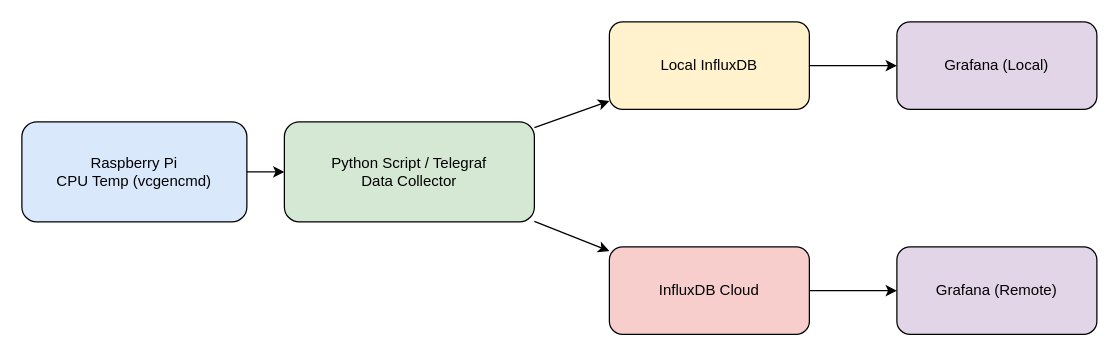
HexaEmbed/03_PradeepSir keeps this draw.io diagram as Architecture.drawio. Above is the earlier version. Source tidied: cells renumbered, new cells numbered last; positions are measured from the earlier drawing's top-left corner, leaving out a move shared by most shapes. Both pictures are drawn from the tidied source at 125%, with x=0, y=0 at pixel (21, 21).
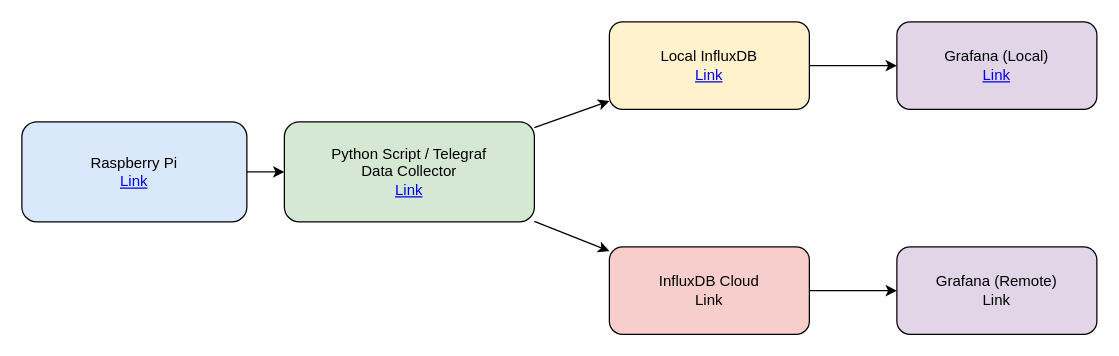
Above is the later version.

What changed in the source:
```diff
@@
 <mxGraphModel>
   <root>
     <mxCell id="0" />
     <mxCell id="1" parent="0" />
-    <mxCell id="2" value="Raspberry Pi&#10;CPU Temp (vcgencmd)" style="rounded=1;whiteSpace=wrap;html=1;fillColor=#dae8fc;" parent="1" vertex="1">
+    <mxCell id="2" value="Raspberry Pi&lt;br&gt;&lt;a href=&quot;https://github.com/HexaEmbed/03_PradeepSir.git&quot;&gt;Link&lt;/a&gt;" style="rounded=1;whiteSpace=wrap;html=1;fillColor=#dae8fc;" parent="1" vertex="1">
       <mxGeometry y="80" width="180" height="80" as="geometry" />
     </mxCell>
-    <mxCell id="3" value="Python Script / Telegraf&#10;Data Collector" style="rounded=1;whiteSpace=wrap;html=1;fillColor=#d5e8d4;" parent="1" vertex="1">
+    <mxCell id="3" value="Python Script / Telegraf&lt;br&gt;Data Collector&lt;div&gt;&lt;a href=&quot;https://github.com/HexaEmbed/03_PradeepSir.git&quot;&gt;Link&lt;/a&gt;&lt;/div&gt;" style="rounded=1;whiteSpace=wrap;html=1;fillColor=#d5e8d4;" parent="1" vertex="1">
       <mxGeometry x="210" y="80" width="200" height="80" as="geometry" />
     </mxCell>
-    <mxCell id="4" value="Local InfluxDB" style="rounded=1;whiteSpace=wrap;html=1;fillColor=#fff2cc;" parent="1" vertex="1">
+    <mxCell id="4" value="Local InfluxDB&lt;div&gt;&lt;a href=&quot;https://github.com/HexaEmbed/03_PradeepSir.git&quot;&gt;Link&lt;/a&gt;&lt;/div&gt;" style="rounded=1;whiteSpace=wrap;html=1;fillColor=#fff2cc;" parent="1" vertex="1">
       <mxGeometry x="470" width="160" height="70" as="geometry" />
     </mxCell>
-    <mxCell id="5" value="InfluxDB Cloud" style="rounded=1;whiteSpace=wrap;html=1;fillColor=#f8cecc;" parent="1" vertex="1">
+    <mxCell id="5" value="InfluxDB Cloud&lt;div&gt;Link&lt;/div&gt;" style="rounded=1;whiteSpace=wrap;html=1;fillColor=#f8cecc;" parent="1" vertex="1">
       <mxGeometry x="470" y="180" width="160" height="70" as="geometry" />
     </mxCell>
-    <mxCell id="6" value="Grafana (Local)" style="rounded=1;whiteSpace=wrap;html=1;fillColor=#e1d5e7;" parent="1" vertex="1">
+    <mxCell id="6" value="Grafana (Local)&lt;div&gt;&lt;a href=&quot;https://github.com/HexaEmbed/03_PradeepSir.git&quot;&gt;Link&lt;/a&gt;&lt;/div&gt;" style="rounded=1;whiteSpace=wrap;html=1;fillColor=#e1d5e7;" parent="1" vertex="1">
       <mxGeometry x="700" width="160" height="70" as="geometry" />
     </mxCell>
-    <mxCell id="7" value="Grafana (Remote)" style="rounded=1;whiteSpace=wrap;html=1;fillColor=#e1d5e7;" parent="1" vertex="1">
+    <mxCell id="7" value="Grafana (Remote)&lt;div&gt;Link&lt;/div&gt;" style="rounded=1;whiteSpace=wrap;html=1;fillColor=#e1d5e7;" parent="1" vertex="1">
       <mxGeometry x="700" y="180" width="160" height="70" as="geometry" />
     </mxCell>
     <mxCell id="8" parent="1" edge="1" source="2" target="3">
       <mxGeometry relative="1" as="geometry" />
     </mxCell>
     <mxCell id="9" parent="1" edge="1" source="3" target="4">
       <mxGeometry relative="1" as="geometry" />
     </mxCell>
     <mxCell id="10" parent="1" edge="1" source="3" target="5">
       <mxGeometry relative="1" as="geometry" />
     </mxCell>
     <mxCell id="11" parent="1" edge="1" source="4" target="6">
       <mxGeometry relative="1" as="geometry" />
     </mxCell>
     <mxCell id="12" parent="1" edge="1" source="5" target="7">
       <mxGeometry relative="1" as="geometry" />
     </mxCell>
   </root>
 </mxGraphModel>
```
